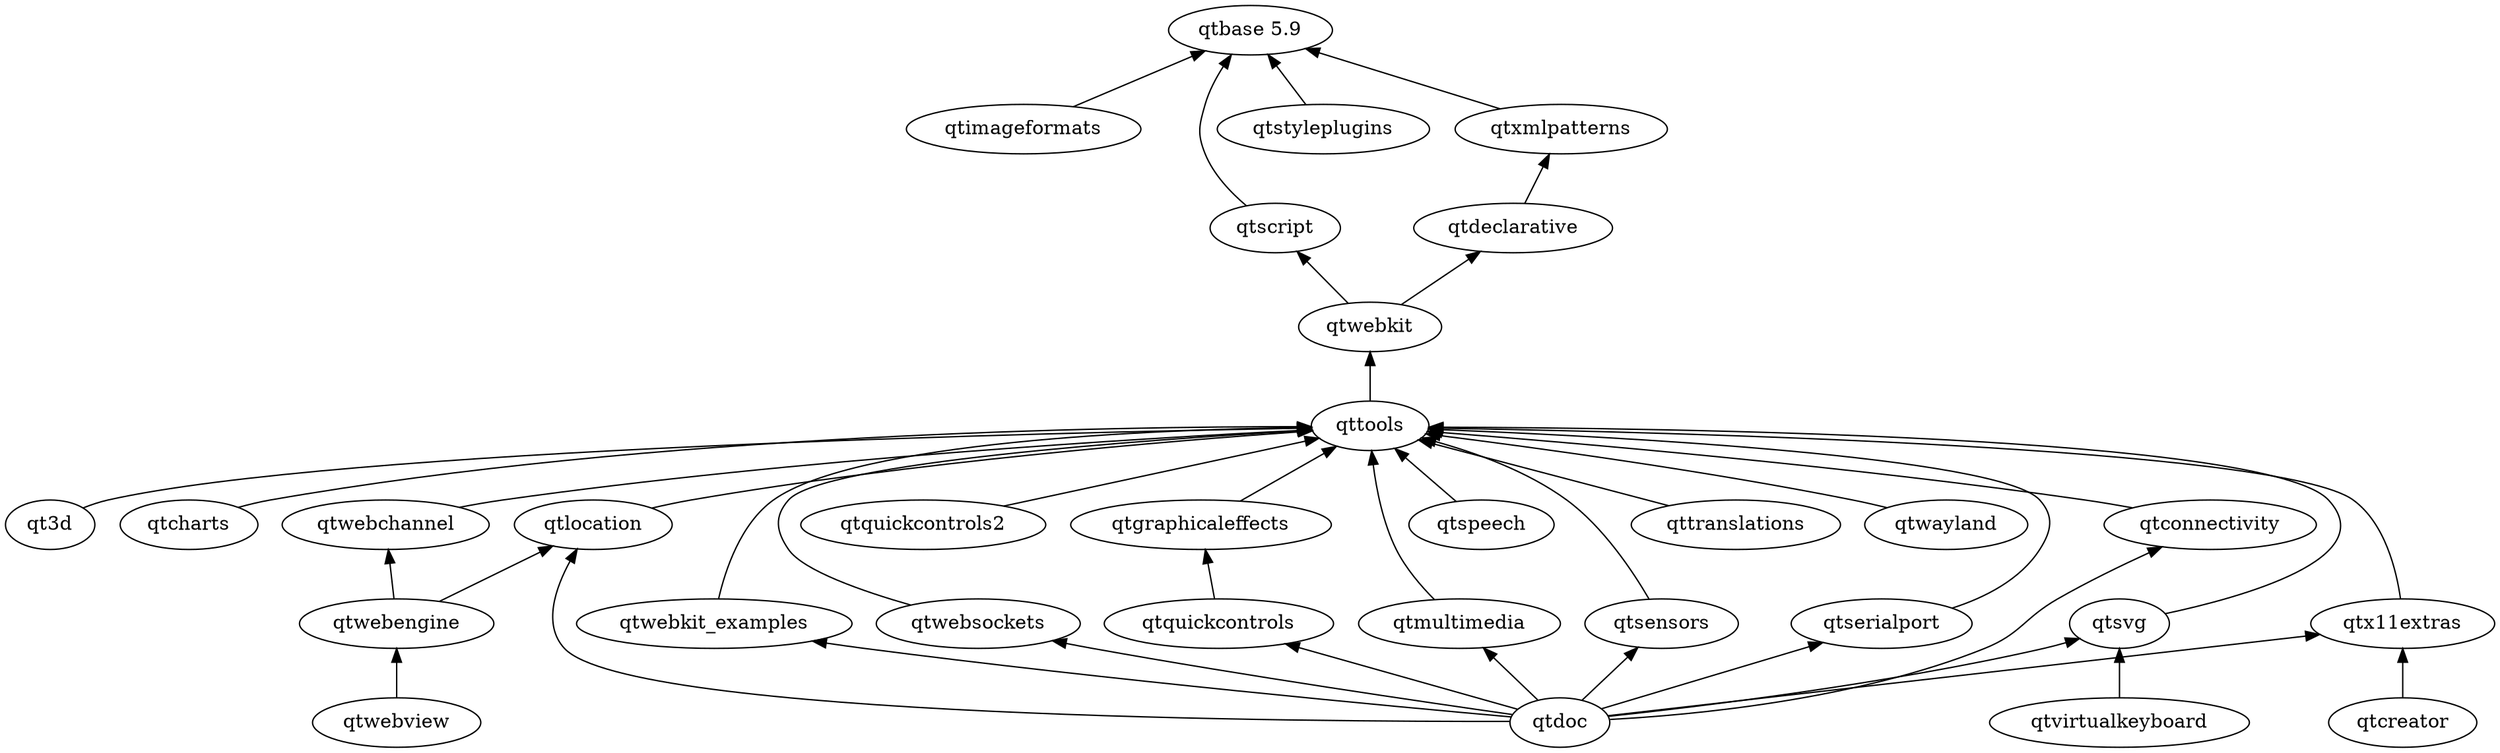
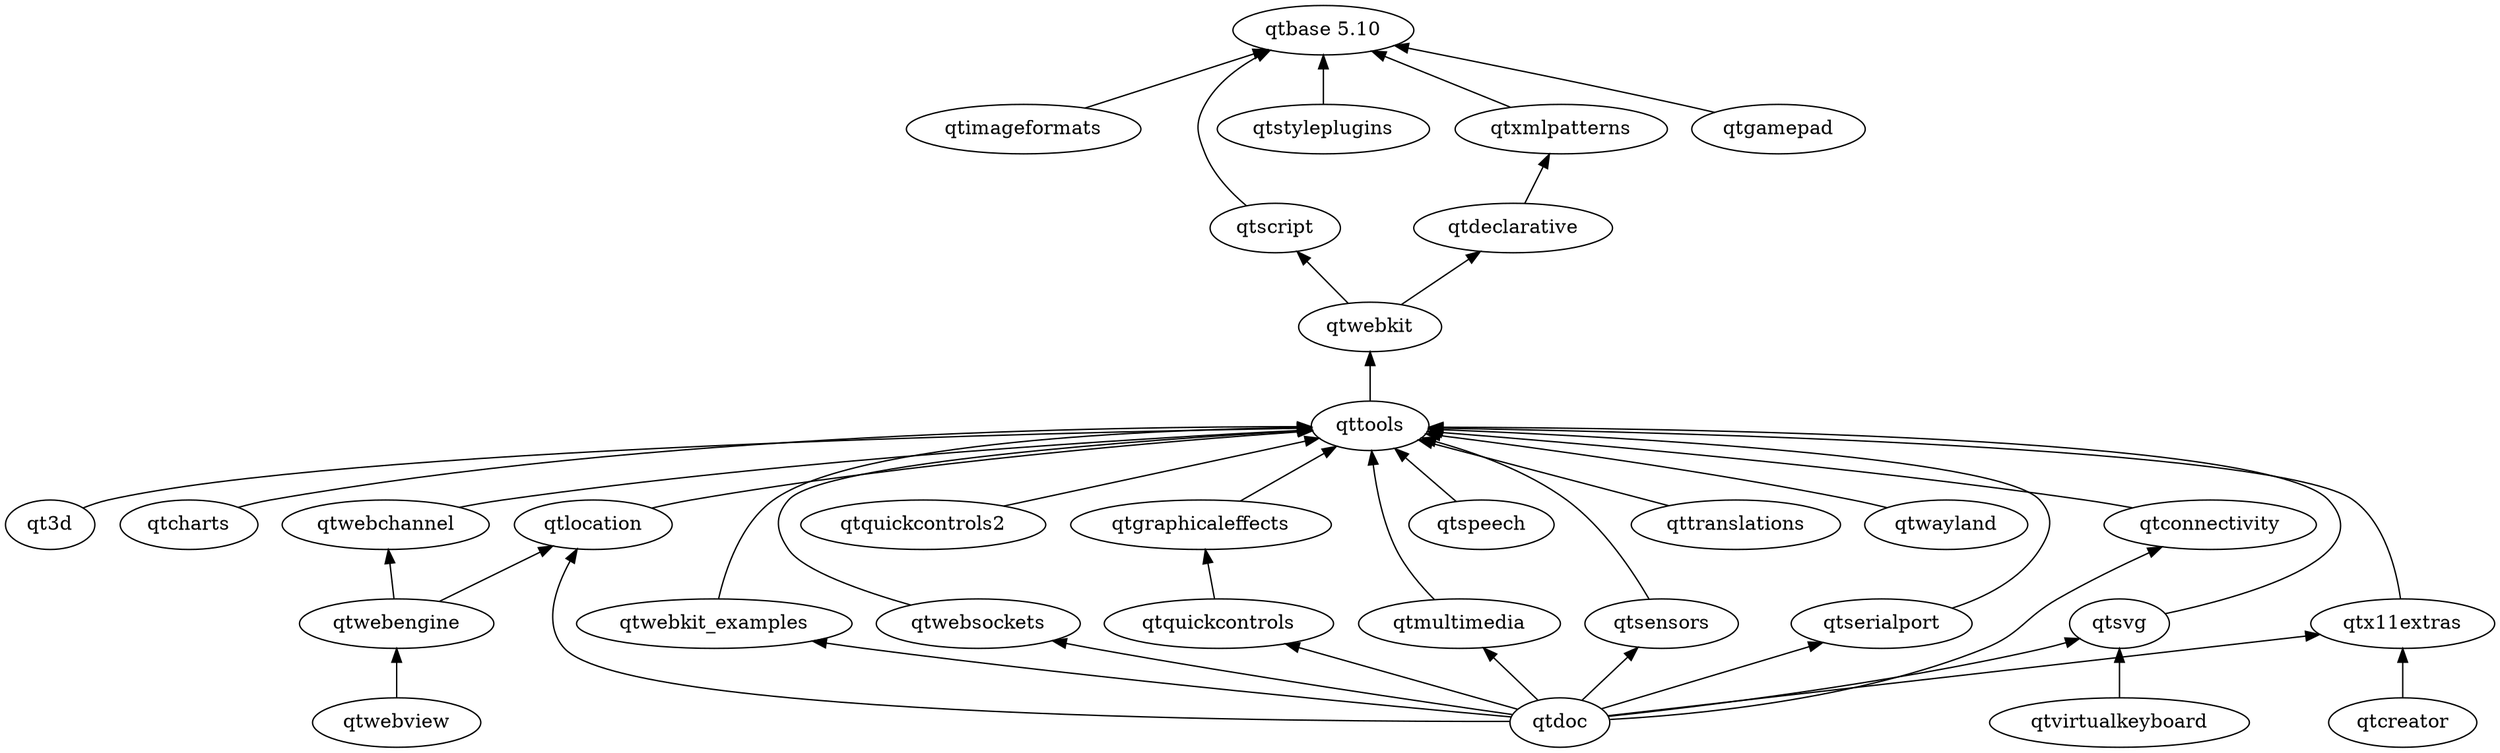
digraph qt5 {
  graph [
    rankdir = "BT"
  ]

  qt3d
-   "qtbase 5.9"
+   "qtbase 5.10"
  qtcharts
  qtconnectivity
  qtcreator
  qtdeclarative
  qtdoc
  qtgraphicaleffects
  qtimageformats
  qtlocation
  qtmultimedia
  qtquickcontrols
  qtquickcontrols2
  qtscript
  qtsensors
  qtserialport
  qtspeech
  qtstyleplugins
  qtsvg
  qttools
  qttranslations
  qtvirtualkeyboard
  qtwayland
  qtwebchannel
  qtwebengine
  qtwebkit
  qtwebkit_examples
  qtwebsockets
  qtx11extras
  qtxmlpatterns

  qt3d -> qttools
  qtcharts -> qttools
  qtconnectivity -> qttools
  qtcreator -> qtx11extras
  qtdeclarative -> qtxmlpatterns
  qtdoc -> qtconnectivity
  qtdoc -> qtlocation
  qtdoc -> qtmultimedia
  qtdoc -> qtquickcontrols
  qtdoc -> qtsensors
  qtdoc -> qtserialport
  qtdoc -> qtsvg
  qtdoc -> qtwebkit_examples
  qtdoc -> qtwebsockets
  qtdoc -> qtx11extras
+   qtgamepad -> "qtbase 5.10"
  qtgraphicaleffects -> qttools
-   qtimageformats -> "qtbase 5.9"
+   qtimageformats -> "qtbase 5.10"
  qtlocation -> qttools
  qtmultimedia -> qttools
  qtquickcontrols -> qtgraphicaleffects
  qtquickcontrols2 -> qttools
-   qtscript -> "qtbase 5.9"
+   qtscript -> "qtbase 5.10"
  qtsensors -> qttools
  qtserialport -> qttools
  qtspeech -> qttools
-   qtstyleplugins -> "qtbase 5.9"
+   qtstyleplugins -> "qtbase 5.10"
  qtsvg -> qttools
  qttools -> qtwebkit
  qttranslations -> qttools
  qtvirtualkeyboard -> qtsvg
  qtwayland -> qttools
  qtwebchannel -> qttools
  qtwebengine -> qtlocation
  qtwebengine -> qtwebchannel
  qtwebview -> qtwebengine
  qtwebkit -> qtdeclarative
  qtwebkit -> qtscript
  qtwebkit_examples -> qttools
  qtwebsockets -> qttools
  qtx11extras -> qttools
-   qtxmlpatterns -> "qtbase 5.9"
+   qtxmlpatterns -> "qtbase 5.10"
}
